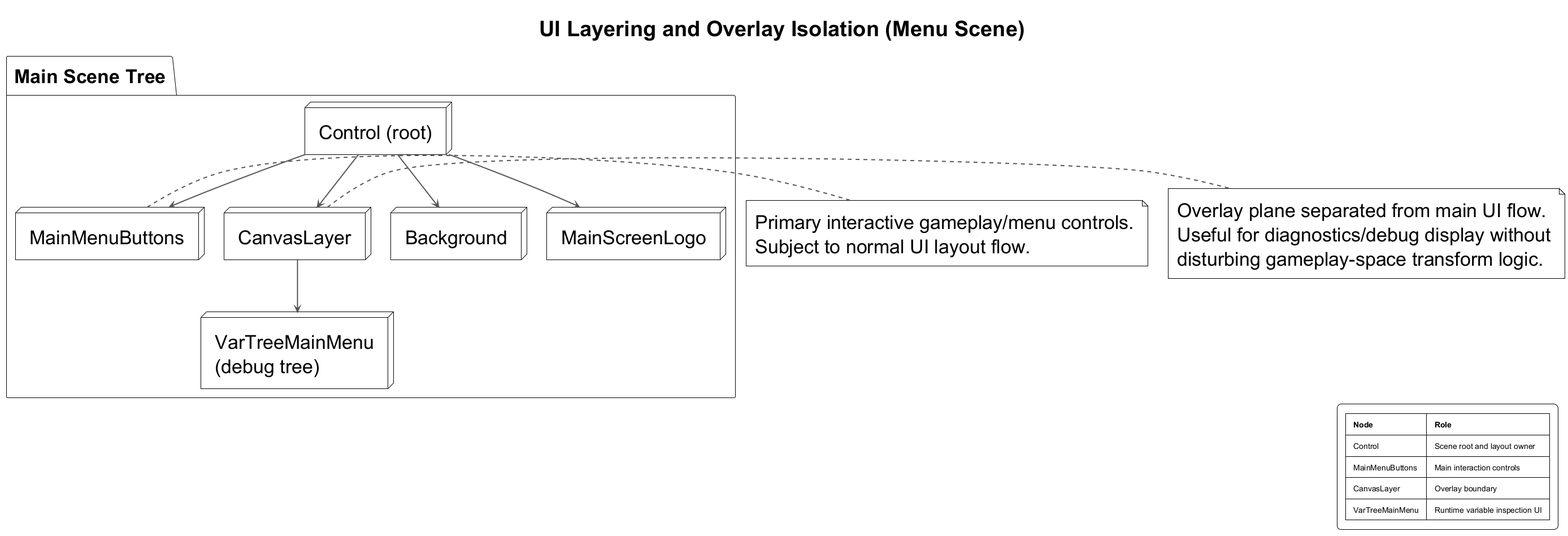
The PlantUML diagram figures/diagrams/ui-layering-node-tree.png in Siponek/HPC-thesis, before a commit. The source it was exported from:
```plantuml
@startuml ui-layering-node-tree
!theme plain
!include ../shared/theme.puml

title UI Layering and Overlay Isolation (Menu Scene)

package "Main Scene Tree" {
  node "Control (root)" as Root
  node "Background" as Bg
  node "MainScreenLogo" as Logo
  node "MainMenuButtons" as Buttons
  node "CanvasLayer" as Layer
  node "VarTreeMainMenu (debug tree)" as VarTree
}

Root --> Bg
Root --> Logo
Root --> Buttons
Root --> Layer
Layer --> VarTree

note right of Buttons
Primary interactive gameplay/menu controls.
Subject to normal UI layout flow.
end note

note right of Layer
Overlay plane separated from main UI flow.
Useful for diagnostics/debug display without
disturbing gameplay-space transform logic.
end note

legend right
|= Node |= Role |
| Control | Scene root and layout owner |
| MainMenuButtons | Main interaction controls |
| CanvasLayer | Overlay boundary |
| VarTreeMainMenu | Runtime variable inspection UI |
endlegend

@enduml
```
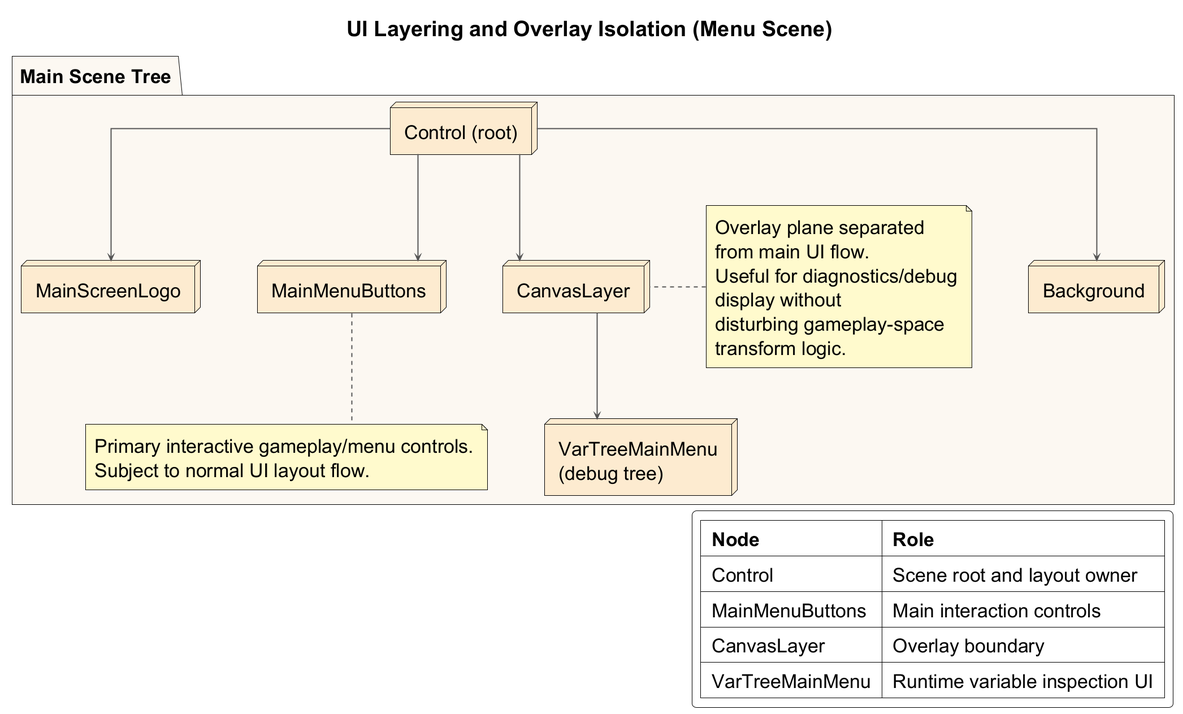
Above is the later version.

The edit, as a diff of the source:
```diff
@@ -2,15 +2,36 @@
 !theme plain
 !include ../shared/theme.puml
 
+skinparam padding 10
+skinparam nodesep 100
+skinparam ranksep 90
+skinparam ArrowThickness 2
+skinparam ArrowColor #555555
+skinparam linetype ortho
+
 title UI Layering and Overlay Isolation (Menu Scene)
 
-package "Main Scene Tree" {
-  node "Control (root)" as Root
-  node "Background" as Bg
-  node "MainScreenLogo" as Logo
-  node "MainMenuButtons" as Buttons
-  node "CanvasLayer" as Layer
-  node "VarTreeMainMenu (debug tree)" as VarTree
+package "Main Scene Tree" #FCF8F2 {
+  node "Control (root)" as Root #FDEBD0
+  node "Background" as Bg #FDEBD0
+  node "MainScreenLogo" as Logo #FDEBD0
+  node "MainMenuButtons" as Buttons #FDEBD0
+  node "CanvasLayer" as Layer #FDEBD0
+
+  node "VarTreeMainMenu\n(debug tree)" as VarTree #FDEBD0
+  note bottom of Buttons #FFFACD
+    Primary interactive gameplay/menu controls.
+    Subject to normal UI layout flow.
+  end note
+
+  note left of Layer #FFFACD
+    Overlay plane separated
+    from main UI flow.
+    Useful for diagnostics/debug
+    display without
+    disturbing gameplay-space
+    transform logic.
+  end note
 }
 
 Root --> Bg
@@ -19,16 +40,7 @@
 Root --> Layer
 Layer --> VarTree
 
-note right of Buttons
-Primary interactive gameplay/menu controls.
-Subject to normal UI layout flow.
-end note
 
-note right of Layer
-Overlay plane separated from main UI flow.
-Useful for diagnostics/debug display without
-disturbing gameplay-space transform logic.
-end note
 
 legend right
 |= Node |= Role |
```
